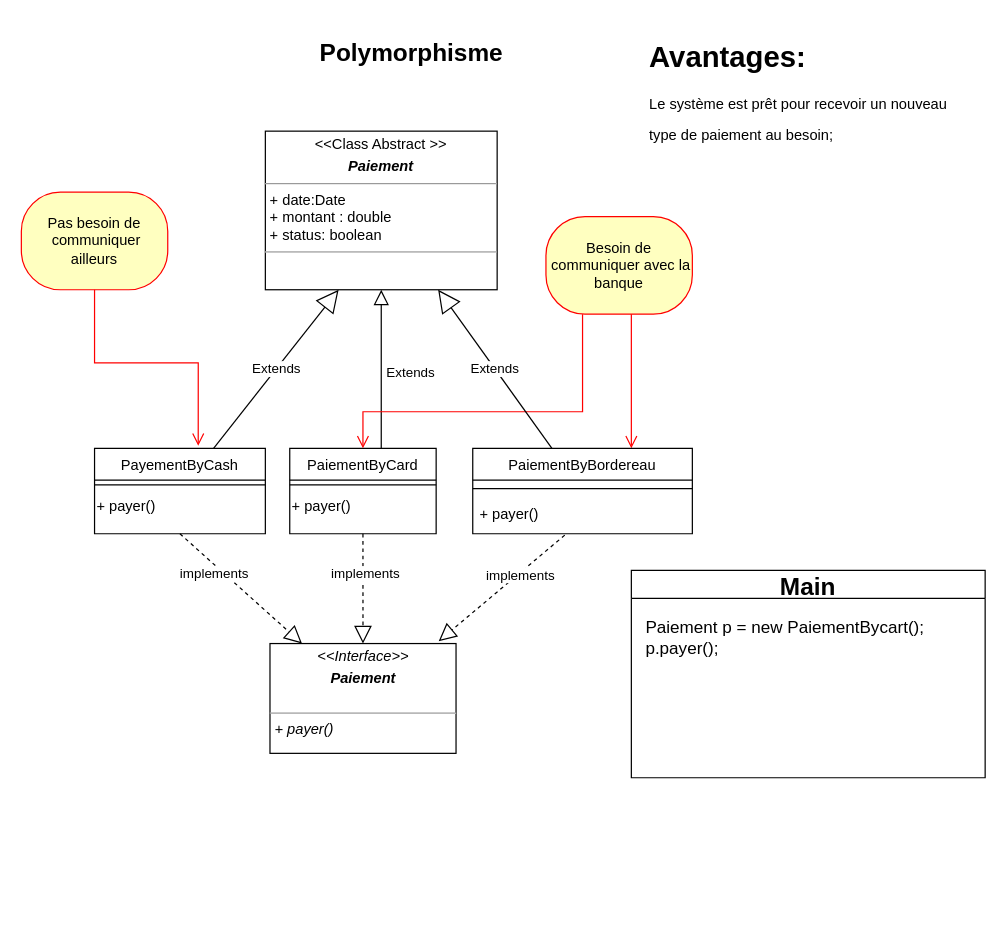
Earlier version of the draw.io diagram Polymorphisme/Polymorphisme.drawio (LuisCODS/UML-POO). Source tidied: cells renumbered, new cells numbered last; positions are measured from the earlier drawing's top-left corner, leaving out a move shared by most shapes. Both pictures are drawn from the tidied source at 122%, with x=0, y=0 at pixel (21, 33).
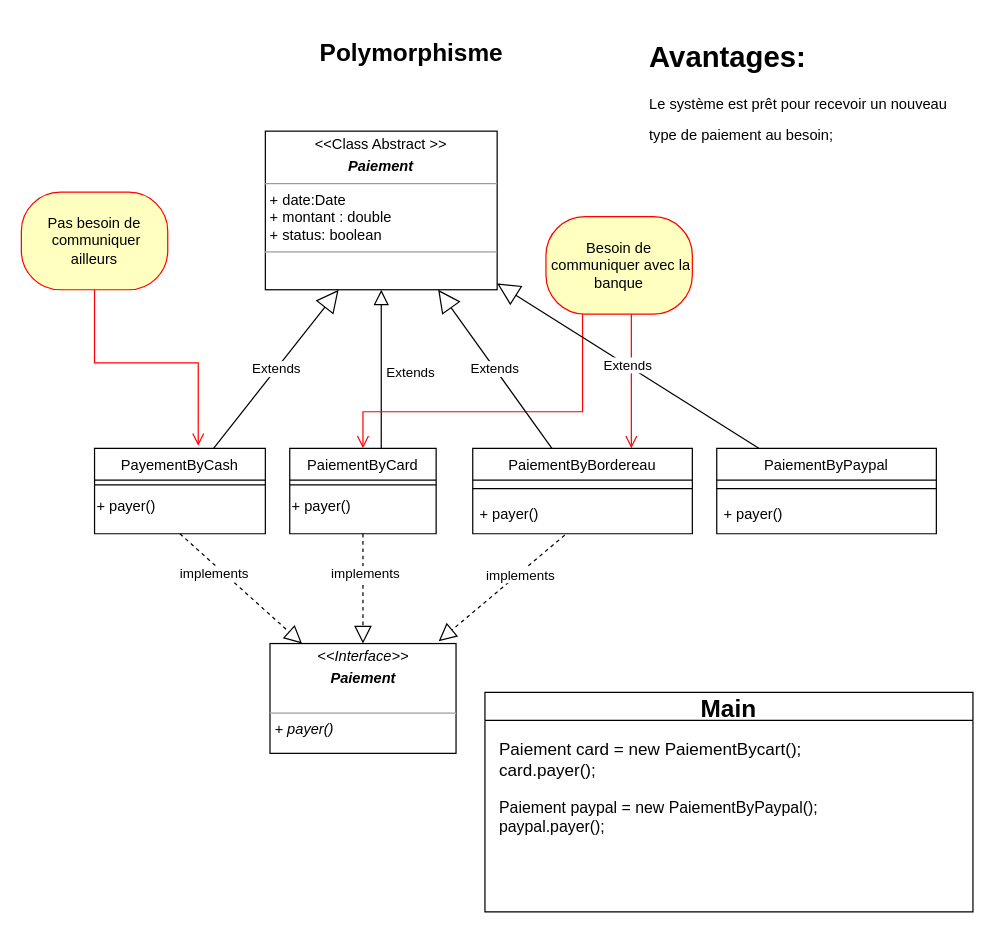
After the change.

Unchanged cells that the change refers to:
```xml
<mxCell id="7" value="&lt;p style=&quot;margin:0px;margin-top:4px;text-align:center;&quot;&gt;&amp;lt;&amp;lt;Class Abstract &amp;gt;&amp;gt;&lt;/p&gt;&lt;p style=&quot;margin:0px;margin-top:4px;text-align:center;&quot;&gt;&lt;i&gt;&lt;b&gt;Paiement&lt;/b&gt;&lt;/i&gt;&lt;br&gt;&lt;/p&gt;&lt;hr size=&quot;1&quot;&gt;&lt;p style=&quot;margin:0px;margin-left:4px;&quot;&gt;+ date:Date&lt;/p&gt;&lt;p style=&quot;margin:0px;margin-left:4px;&quot;&gt;+ montant : double&lt;/p&gt;&lt;p style=&quot;margin:0px;margin-left:4px;&quot;&gt;+ status: boolean&lt;br&gt;&lt;/p&gt;&lt;hr size=&quot;1&quot;&gt;&lt;p style=&quot;margin:0px;margin-left:4px;&quot;&gt;&lt;br&gt;&lt;br&gt;&lt;/p&gt;" style="verticalAlign=top;align=left;overflow=fill;fontSize=12;fontFamily=Helvetica;html=1;" parent="1" vertex="1">
  <mxGeometry x="200" y="80" width="190" height="130" as="geometry" />
</mxCell>
```

Change to the diagram source:
```diff
@@
     <mxCell id="30" value="Main" style="swimlane;fontSize=20;" parent="1" vertex="1">
-      <mxGeometry x="500" y="440" width="290" height="170" as="geometry" />
+      <mxGeometry x="380" y="540" width="400" height="180" as="geometry" />
     </mxCell>
-    <mxCell id="31" value="&lt;div&gt;Paiement p = new PaiementBycart();&lt;/div&gt;&lt;div&gt;p.payer();&lt;br&gt;&lt;/div&gt;" style="text;html=1;align=left;verticalAlign=middle;strokeColor=none;fillColor=none;fontSize=14;" parent="30" vertex="1">
-      <mxGeometry x="10" y="30" width="260" height="50" as="geometry" />
+    <mxCell id="31" value="&lt;div&gt;Paiement card = new PaiementBycart();&lt;/div&gt;&lt;div&gt;card.payer();&lt;br&gt;&lt;/div&gt;" style="text;html=1;align=left;verticalAlign=middle;strokeColor=none;fillColor=none;fontSize=14;" parent="30" vertex="1">
+      <mxGeometry x="10" y="30" width="280" height="50" as="geometry" />
     </mxCell>
+    <mxCell id="32" value="&lt;div style=&quot;font-size: 13px;&quot;&gt;Paiement paypal = new PaiementByPaypal();&lt;/div&gt;&lt;div style=&quot;font-size: 13px;&quot;&gt;paypal.payer();&lt;br style=&quot;font-size: 13px;&quot;&gt;&lt;/div&gt;" style="text;whiteSpace=wrap;html=1;fontSize=13;" parent="30" vertex="1">
+      <mxGeometry x="10" y="80" width="360" height="50" as="geometry" />
+    </mxCell>
+    <mxCell id="33" value="PaiementByPaypal" style="swimlane;fontStyle=0;align=center;verticalAlign=top;horizontal=1;startSize=26;" parent="1" vertex="1">
+      <mxGeometry x="570" y="340" width="180" height="70" as="geometry" />
+    </mxCell>
+    <mxCell id="34" style="line;strokeWidth=1;fillColor=none;align=left;verticalAlign=middle;spacingTop=-1;spacingLeft=3;spacingRight=3;labelPosition=right;strokeColor=inherit;" parent="33" vertex="1">
+      <mxGeometry y="26" width="180" height="14" as="geometry" />
+    </mxCell>
+    <mxCell id="35" value="+ payer()&#10;" style="text;strokeColor=none;fillColor=none;align=left;verticalAlign=top;spacingLeft=4;spacingRight=4;overflow=hidden;" parent="33" vertex="1">
+      <mxGeometry y="40" width="180" height="30" as="geometry" />
+    </mxCell>
+    <mxCell id="36" value="Extends" style="endArrow=block;endSize=16;endFill=0;html=1;rounded=0;" parent="1" edge="1" source="33" target="7">
+      <mxGeometry relative="1" as="geometry" />
+    </mxCell>
```
